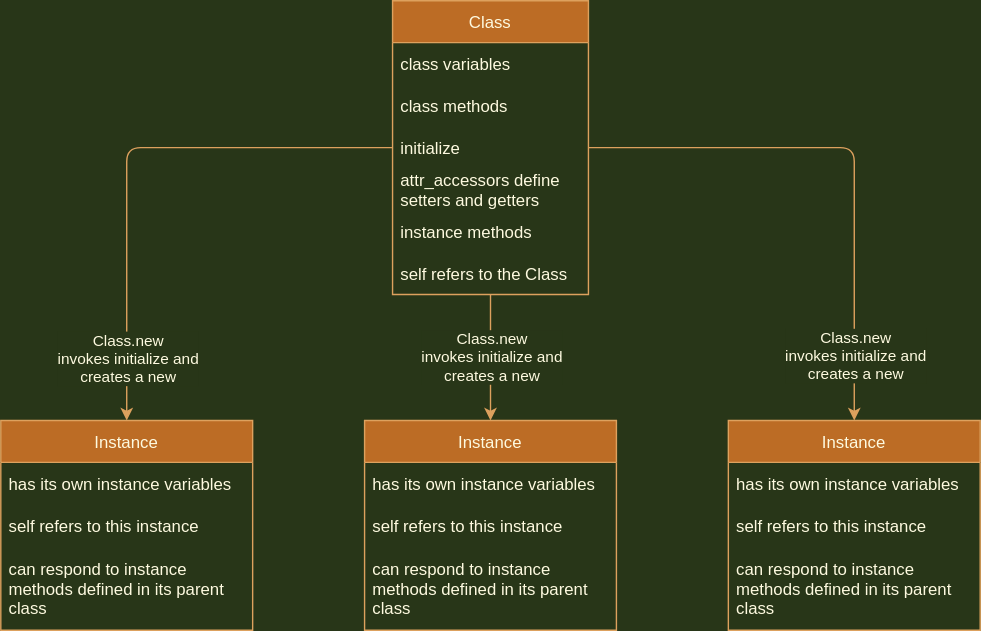
The draw.io diagram assets/oo-ruby-with-class-methods.drawio.svg in learn-co-students/SENG-LIVE-042522-phase-3, before a commit. Source tidied: cells renumbered, new cells last; positions are measured from the earlier drawing's top-left corner, leaving out a move shared by most shapes.
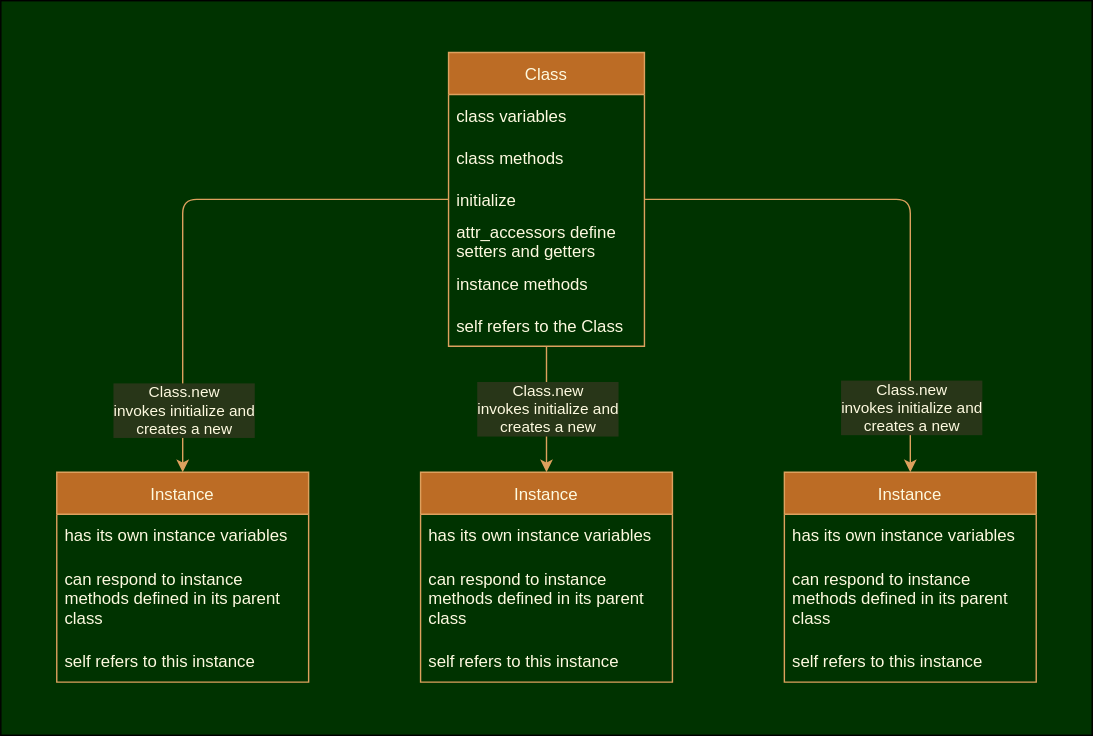
After the commit.

Commit message:
add background to diagram

Diff of the diagram source:
```diff
@@ -1,6 +1,10 @@
 <mxGraphModel background="#283618">
   <root>
     <mxCell id="0" />
+    <mxCell id="27" value="BG" parent="0" />
+    <mxCell id="28" style="whiteSpace=wrap;html=1;fillColor=#003300;" parent="27" vertex="1">
+      <mxGeometry x="-40" y="-37" width="780" height="525" as="geometry" />
+    </mxCell>
     <mxCell id="1" parent="0" />
     <mxCell id="2" style="edgeStyle=orthogonalEdgeStyle;curved=0;rounded=1;sketch=0;jettySize=auto;html=1;fontColor=#FEFAE0;strokeColor=#DDA15E;fillColor=#BC6C25;labelBackgroundColor=#283618;entryX=0.5;entryY=0;entryDx=0;entryDy=0;" parent="1" edge="1" source="8" target="15">
       <mxGeometry relative="1" as="geometry" />
@@ -53,35 +57,35 @@
     <mxCell id="16" value="has its own instance variables" style="text;strokeColor=none;fillColor=none;align=left;verticalAlign=middle;spacingLeft=4;spacingRight=4;overflow=hidden;rounded=0;sketch=0;fontColor=#FEFAE0;" parent="15" vertex="1">
       <mxGeometry y="30" width="180" height="30" as="geometry" />
     </mxCell>
+    <mxCell id="18" value="can respond to instance &#10;methods defined in its parent&#10;class" style="text;strokeColor=none;fillColor=none;align=left;verticalAlign=middle;spacingLeft=4;spacingRight=4;overflow=hidden;rounded=0;sketch=0;fontColor=#FEFAE0;" parent="15" vertex="1">
+      <mxGeometry y="60" width="180" height="60" as="geometry" />
+    </mxCell>
     <mxCell id="17" value="self refers to this instance" style="text;strokeColor=none;fillColor=none;align=left;verticalAlign=middle;spacingLeft=4;spacingRight=4;overflow=hidden;rounded=0;sketch=0;fontColor=#FEFAE0;" parent="15" vertex="1">
-      <mxGeometry y="60" width="180" height="30" as="geometry" />
+      <mxGeometry y="120" width="180" height="30" as="geometry" />
     </mxCell>
-    <mxCell id="18" value="can respond to instance &#10;methods defined in its parent&#10;class" style="text;strokeColor=none;fillColor=none;align=left;verticalAlign=middle;spacingLeft=4;spacingRight=4;overflow=hidden;rounded=0;sketch=0;fontColor=#FEFAE0;" parent="15" vertex="1">
-      <mxGeometry y="90" width="180" height="60" as="geometry" />
-    </mxCell>
     <mxCell id="19" value="Instance" style="swimlane;fontStyle=0;horizontal=1;startSize=30;rounded=0;sketch=0;fontColor=#FEFAE0;strokeColor=#DDA15E;fillColor=#BC6C25;" parent="1" vertex="1">
       <mxGeometry x="260" y="300" width="180" height="150" as="geometry" />
     </mxCell>
     <mxCell id="20" value="has its own instance variables" style="text;strokeColor=none;fillColor=none;align=left;verticalAlign=middle;spacingLeft=4;spacingRight=4;overflow=hidden;rounded=0;sketch=0;fontColor=#FEFAE0;" parent="19" vertex="1">
       <mxGeometry y="30" width="180" height="30" as="geometry" />
     </mxCell>
+    <mxCell id="22" value="can respond to instance &#10;methods defined in its parent&#10;class" style="text;strokeColor=none;fillColor=none;align=left;verticalAlign=middle;spacingLeft=4;spacingRight=4;overflow=hidden;rounded=0;sketch=0;fontColor=#FEFAE0;" parent="19" vertex="1">
+      <mxGeometry y="60" width="180" height="60" as="geometry" />
+    </mxCell>
     <mxCell id="21" value="self refers to this instance" style="text;strokeColor=none;fillColor=none;align=left;verticalAlign=middle;spacingLeft=4;spacingRight=4;overflow=hidden;rounded=0;sketch=0;fontColor=#FEFAE0;" parent="19" vertex="1">
-      <mxGeometry y="60" width="180" height="30" as="geometry" />
+      <mxGeometry y="120" width="180" height="30" as="geometry" />
     </mxCell>
-    <mxCell id="22" value="can respond to instance &#10;methods defined in its parent&#10;class" style="text;strokeColor=none;fillColor=none;align=left;verticalAlign=middle;spacingLeft=4;spacingRight=4;overflow=hidden;rounded=0;sketch=0;fontColor=#FEFAE0;" parent="19" vertex="1">
-      <mxGeometry y="90" width="180" height="60" as="geometry" />
-    </mxCell>
     <mxCell id="23" value="Instance" style="swimlane;fontStyle=0;horizontal=1;startSize=30;rounded=0;sketch=0;fontColor=#FEFAE0;strokeColor=#DDA15E;fillColor=#BC6C25;" parent="1" vertex="1">
       <mxGeometry x="520" y="300" width="180" height="150" as="geometry" />
     </mxCell>
     <mxCell id="24" value="has its own instance variables" style="text;strokeColor=none;fillColor=none;align=left;verticalAlign=middle;spacingLeft=4;spacingRight=4;overflow=hidden;rounded=0;sketch=0;fontColor=#FEFAE0;" parent="23" vertex="1">
       <mxGeometry y="30" width="180" height="30" as="geometry" />
     </mxCell>
+    <mxCell id="26" value="can respond to instance &#10;methods defined in its parent&#10;class" style="text;strokeColor=none;fillColor=none;align=left;verticalAlign=middle;spacingLeft=4;spacingRight=4;overflow=hidden;rounded=0;sketch=0;fontColor=#FEFAE0;" parent="23" vertex="1">
+      <mxGeometry y="60" width="180" height="60" as="geometry" />
+    </mxCell>
     <mxCell id="25" value="self refers to this instance" style="text;strokeColor=none;fillColor=none;align=left;verticalAlign=middle;spacingLeft=4;spacingRight=4;overflow=hidden;rounded=0;sketch=0;fontColor=#FEFAE0;" parent="23" vertex="1">
-      <mxGeometry y="60" width="180" height="30" as="geometry" />
+      <mxGeometry y="120" width="180" height="30" as="geometry" />
     </mxCell>
-    <mxCell id="26" value="can respond to instance &#10;methods defined in its parent&#10;class" style="text;strokeColor=none;fillColor=none;align=left;verticalAlign=middle;spacingLeft=4;spacingRight=4;overflow=hidden;rounded=0;sketch=0;fontColor=#FEFAE0;" parent="23" vertex="1">
-      <mxGeometry y="90" width="180" height="60" as="geometry" />
-    </mxCell>
   </root>
 </mxGraphModel>
```
